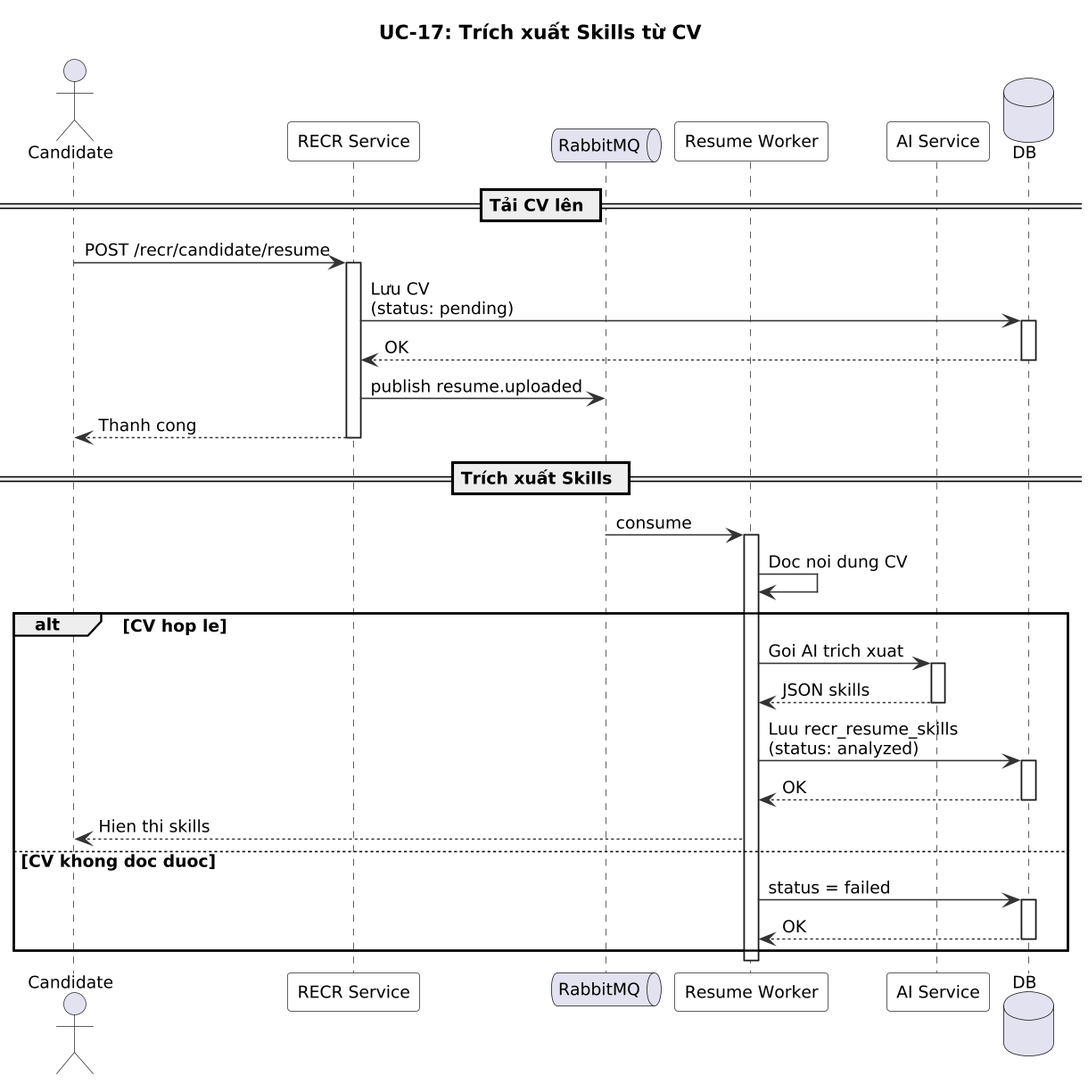
Earlier version of the PlantUML export modules/dist/recr/images/sequence/uc17-resume-skill-extraction-sequence.png (namnh240795/document).
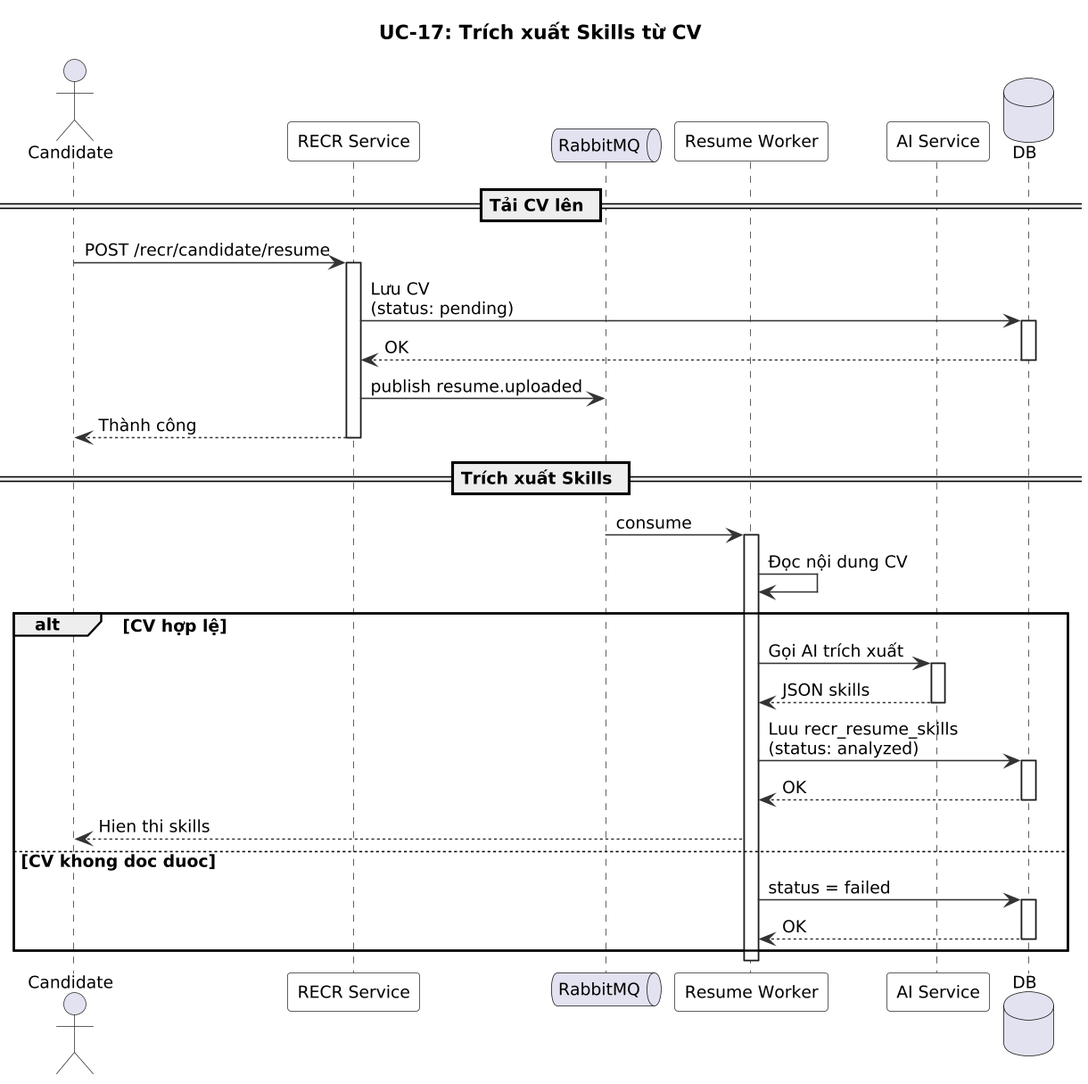
After the commit.

Change to the diagram source:
```diff
@@ -29,17 +29,17 @@
 DB --> R : OK
 deactivate DB
 R -> MQ : publish resume.uploaded
-R --> C : Thanh cong
+R --> C : Thành công
 deactivate R
 
 == Trích xuất Skills ==
 
 MQ -> W : consume
 activate W
-W -> W : Doc noi dung CV
+W -> W : Đọc nội dung CV
 
-alt CV hop le
-  W -> AI : Goi AI trich xuat
+alt CV hợp lệ
+  W -> AI : Gọi AI trích xuất
   activate AI
   AI --> W : JSON skills
   deactivate AI
```
